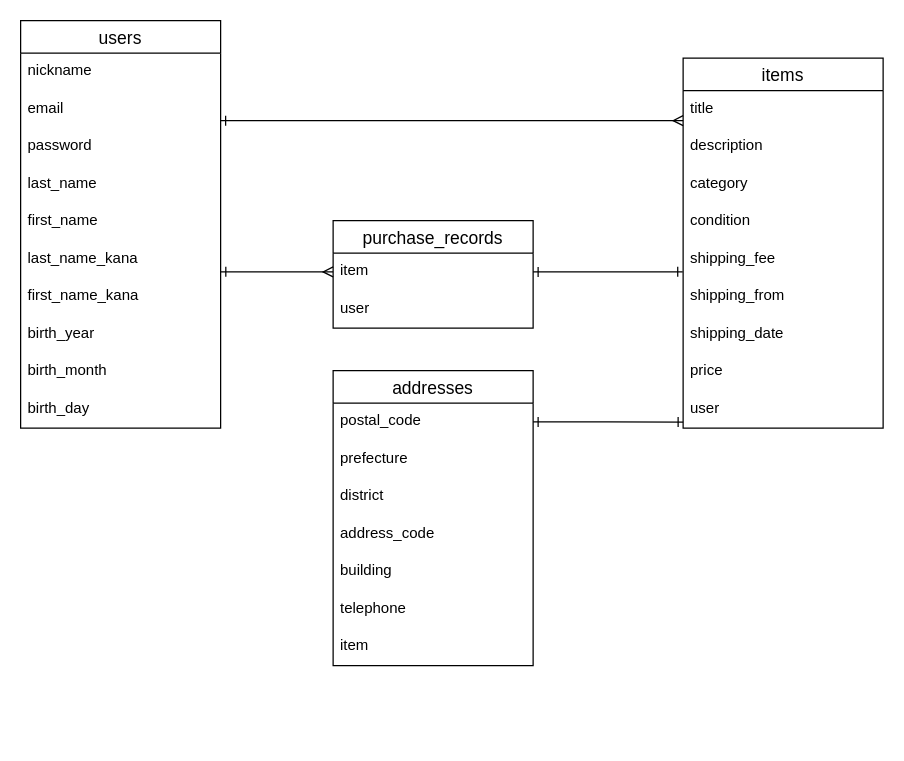
Above: table.dio in maiche/furima-34426 (draw.io), before the change. Source tidied: cells renumbered, new cells numbered last; positions are measured from the earlier drawing's top-left corner, leaving out a move shared by most shapes. Both pictures are drawn from the tidied source at 125%, with x=0, y=0 at pixel (20, 20).
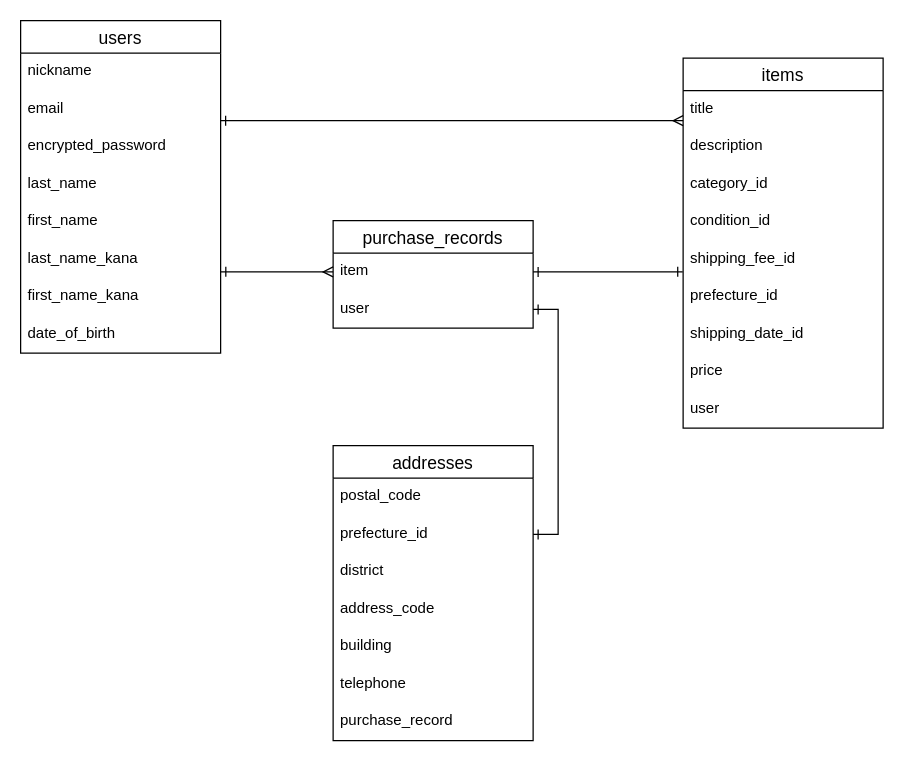
After the change.

The change refers to these unchanged cells:
```xml
<mxCell id="13" value="items" style="swimlane;fontStyle=0;horizontal=1;startSize=26;align=center;fontSize=14;" parent="1" vertex="1">
  <mxGeometry x="530" y="30" width="160" height="296" as="geometry" />
</mxCell>
<mxCell id="22" value="user" style="text;strokeColor=none;fillColor=none;spacingLeft=4;spacingRight=4;overflow=hidden;points=[[0,0.5],[1,0.5]];portConstraint=eastwest;fontSize=12;" parent="13" vertex="1">
  <mxGeometry y="266" width="160" height="30" as="geometry" />
</mxCell>
<mxCell id="25" value="user" style="text;strokeColor=none;fillColor=none;spacingLeft=4;spacingRight=4;overflow=hidden;points=[[0,0.5],[1,0.5]];portConstraint=eastwest;fontSize=12;" parent="23" vertex="1">
  <mxGeometry y="56" width="160" height="30" as="geometry" />
</mxCell>
<mxCell id="27" value="postal_code" style="text;strokeColor=none;fillColor=none;spacingLeft=4;spacingRight=4;overflow=hidden;points=[[0,0.5],[1,0.5]];portConstraint=eastwest;fontSize=12;" parent="26" vertex="1">
  <mxGeometry y="26" width="160" height="30" as="geometry" />
</mxCell>
```

The edit, as a diff of the source:
```diff
@@
     <mxCell id="2" value="users" style="swimlane;fontStyle=0;horizontal=1;startSize=26;align=center;fontSize=14;" parent="1" vertex="1">
-      <mxGeometry width="160" height="326" as="geometry" />
+      <mxGeometry width="160" height="266" as="geometry" />
     </mxCell>
@@
-    <mxCell id="5" value="password" style="text;strokeColor=none;fillColor=none;spacingLeft=4;spacingRight=4;overflow=hidden;fontSize=12;" parent="2" vertex="1">
+    <mxCell id="5" value="encrypted_password" style="text;strokeColor=none;fillColor=none;spacingLeft=4;spacingRight=4;overflow=hidden;fontSize=12;" parent="2" vertex="1">
       <mxGeometry y="86" width="160" height="30" as="geometry" />
     </mxCell>
@@
-    <mxCell id="10" value="birth_year" style="text;strokeColor=none;fillColor=none;spacingLeft=4;spacingRight=4;overflow=hidden;fontSize=12;" parent="2" vertex="1">
+    <mxCell id="10" value="date_of_birth" style="text;strokeColor=none;fillColor=none;spacingLeft=4;spacingRight=4;overflow=hidden;fontSize=12;" parent="2" vertex="1">
       <mxGeometry y="236" width="160" height="30" as="geometry" />
     </mxCell>
-    <mxCell id="11" value="birth_month" style="text;strokeColor=none;fillColor=none;spacingLeft=4;spacingRight=4;overflow=hidden;fontSize=12;" parent="2" vertex="1">
-      <mxGeometry y="266" width="160" height="30" as="geometry" />
-    </mxCell>
-    <mxCell id="12" value="birth_day" style="text;strokeColor=none;fillColor=none;spacingLeft=4;spacingRight=4;overflow=hidden;fontSize=12;" parent="2" vertex="1">
-      <mxGeometry y="296" width="160" height="30" as="geometry" />
-    </mxCell>
@@
-    <mxCell id="16" value="category" style="text;strokeColor=none;fillColor=none;spacingLeft=4;spacingRight=4;overflow=hidden;fontSize=12;" parent="13" vertex="1">
+    <mxCell id="16" value="category_id" style="text;strokeColor=none;fillColor=none;spacingLeft=4;spacingRight=4;overflow=hidden;fontSize=12;" parent="13" vertex="1">
       <mxGeometry y="86" width="160" height="30" as="geometry" />
     </mxCell>
-    <mxCell id="17" value="condition" style="text;strokeColor=none;fillColor=none;spacingLeft=4;spacingRight=4;overflow=hidden;fontSize=12;" parent="13" vertex="1">
+    <mxCell id="17" value="condition_id" style="text;strokeColor=none;fillColor=none;spacingLeft=4;spacingRight=4;overflow=hidden;fontSize=12;" parent="13" vertex="1">
       <mxGeometry y="116" width="160" height="30" as="geometry" />
     </mxCell>
-    <mxCell id="18" value="shipping_fee" style="text;strokeColor=none;fillColor=none;spacingLeft=4;spacingRight=4;overflow=hidden;fontSize=12;" parent="13" vertex="1">
+    <mxCell id="18" value="shipping_fee_id" style="text;strokeColor=none;fillColor=none;spacingLeft=4;spacingRight=4;overflow=hidden;fontSize=12;" parent="13" vertex="1">
       <mxGeometry y="146" width="160" height="30" as="geometry" />
     </mxCell>
-    <mxCell id="19" value="shipping_from" style="text;strokeColor=none;fillColor=none;spacingLeft=4;spacingRight=4;overflow=hidden;points=[[0,0.5],[1,0.5]];portConstraint=eastwest;fontSize=12;" parent="13" vertex="1">
+    <mxCell id="19" value="prefecture_id" style="text;strokeColor=none;fillColor=none;spacingLeft=4;spacingRight=4;overflow=hidden;points=[[0,0.5],[1,0.5]];portConstraint=eastwest;fontSize=12;" parent="13" vertex="1">
       <mxGeometry y="176" width="160" height="30" as="geometry" />
     </mxCell>
-    <mxCell id="20" value="shipping_date" style="text;strokeColor=none;fillColor=none;spacingLeft=4;spacingRight=4;overflow=hidden;fontSize=12;" parent="13" vertex="1">
+    <mxCell id="20" value="shipping_date_id" style="text;strokeColor=none;fillColor=none;spacingLeft=4;spacingRight=4;overflow=hidden;fontSize=12;" parent="13" vertex="1">
       <mxGeometry y="206" width="160" height="30" as="geometry" />
     </mxCell>
@@
     <mxCell id="26" value="addresses" style="swimlane;fontStyle=0;horizontal=1;startSize=26;align=center;fontSize=14;" parent="1" vertex="1">
-      <mxGeometry x="250" y="280" width="160" height="236" as="geometry" />
+      <mxGeometry x="250" y="340" width="160" height="236" as="geometry" />
     </mxCell>
@@
-    <mxCell id="28" value="prefecture" style="text;strokeColor=none;fillColor=none;spacingLeft=4;spacingRight=4;overflow=hidden;points=[[0,0.5],[1,0.5]];portConstraint=eastwest;fontSize=12;" parent="26" vertex="1">
+    <mxCell id="28" value="prefecture_id" style="text;strokeColor=none;fillColor=none;spacingLeft=4;spacingRight=4;overflow=hidden;points=[[0,0.5],[1,0.5]];portConstraint=eastwest;fontSize=12;" parent="26" vertex="1">
       <mxGeometry y="56" width="160" height="30" as="geometry" />
     </mxCell>
@@
-    <mxCell id="33" value="item" style="text;strokeColor=none;fillColor=none;spacingLeft=4;spacingRight=4;overflow=hidden;fontSize=12;" parent="26" vertex="1">
+    <mxCell id="33" value="purchase_record" style="text;strokeColor=none;fillColor=none;spacingLeft=4;spacingRight=4;overflow=hidden;fontSize=12;" parent="26" vertex="1">
       <mxGeometry y="206" width="160" height="30" as="geometry" />
     </mxCell>
@@
-    <mxCell id="37" style="edgeStyle=orthogonalEdgeStyle;rounded=0;jettySize=auto;html=1;exitX=1;exitY=0.5;exitDx=0;exitDy=0;entryX=0;entryY=0.84;entryDx=0;entryDy=0;entryPerimeter=0;startArrow=ERone;startFill=0;endArrow=ERone;endFill=0;strokeWidth=1;" parent="1" edge="1" source="27" target="22">
-      <mxGeometry relative="1" as="geometry" />
-    </mxCell>
+    <mxCell id="38" style="edgeStyle=orthogonalEdgeStyle;rounded=0;jettySize=auto;html=1;exitX=1;exitY=0.5;exitDx=0;exitDy=0;entryX=1;entryY=0.5;entryDx=0;entryDy=0;startArrow=ERone;startFill=0;endArrow=ERone;endFill=0;strokeWidth=1;" parent="1" edge="1" source="28" target="25">
+      <mxGeometry relative="1" as="geometry" />
+    </mxCell>
```
